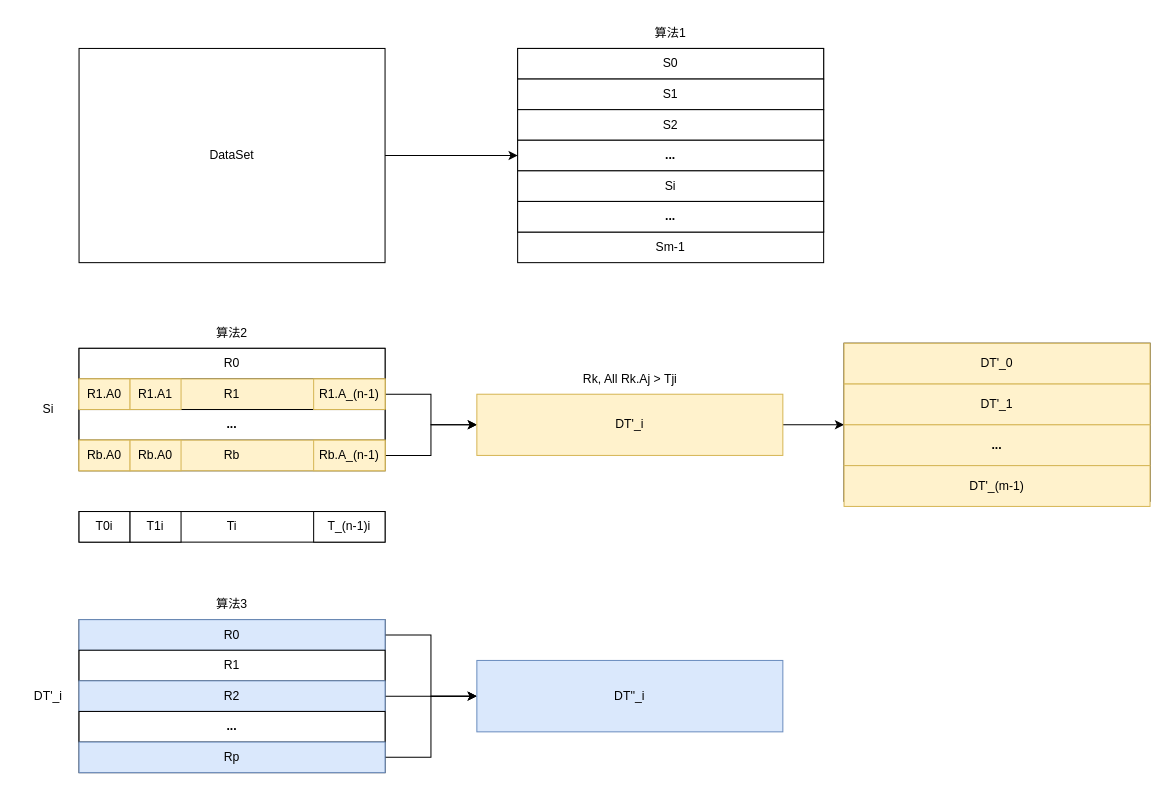
This is Untitled Diagram.drawio from doubleheiker/Justwrite, a draw.io file, before an edit. Source tidied: cells renumbered, new cells numbered last; positions are measured from the earlier drawing's top-left corner, leaving out a move shared by most shapes. Both pictures are drawn from the tidied source at 102%, with x=0, y=0 at pixel (17, 17).
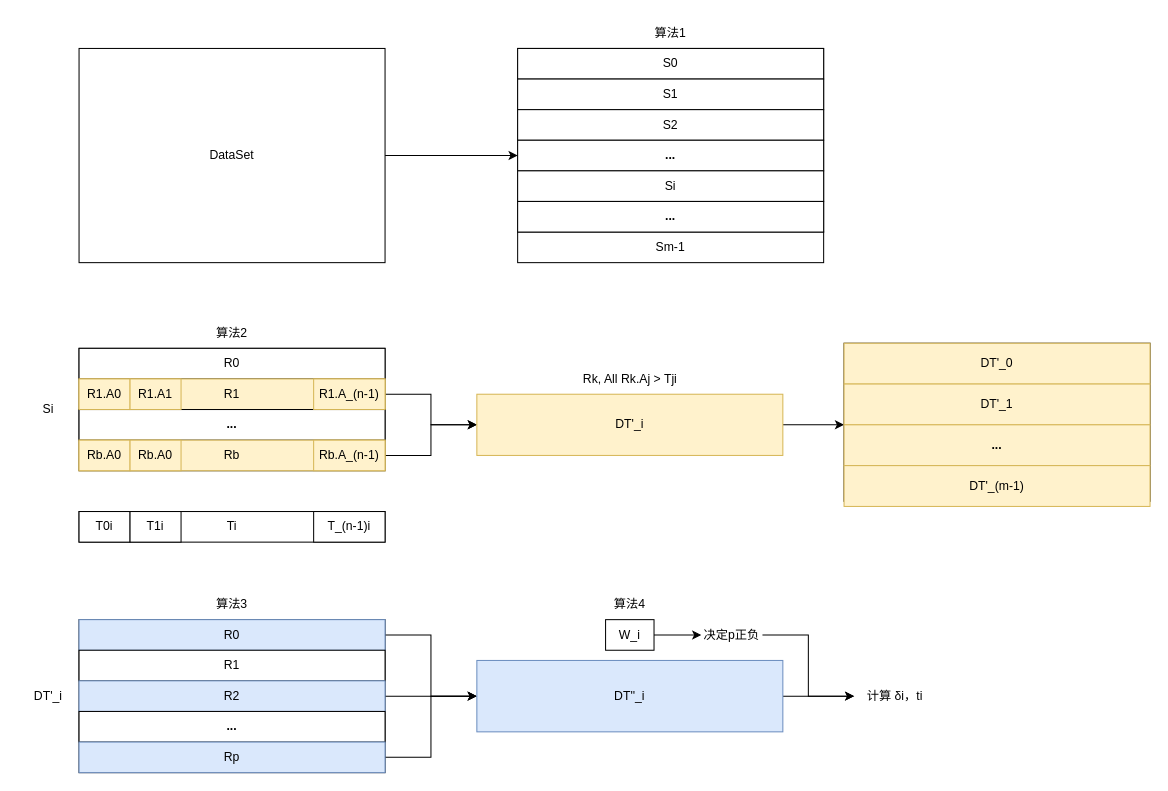
Above is the later version.

The change refers to these unchanged cells:
```xml
<mxCell id="51" value="DT''_i" style="rounded=0;whiteSpace=wrap;html=1;fillColor=#dae8fc;strokeColor=#6c8ebf;" parent="1" vertex="1">
  <mxGeometry x="450" y="630" width="300" height="70" as="geometry" />
</mxCell>
```

The edit, as a diff of the source:
```diff
@@
+    <mxCell id="53" style="edgeStyle=orthogonalEdgeStyle;rounded=0;jettySize=auto;html=1;exitX=1;exitY=0.5;exitDx=0;exitDy=0;entryX=0;entryY=0.5;entryDx=0;entryDy=0;" parent="1" edge="1" source="51" target="54">
+      <mxGeometry relative="1" as="geometry" />
+    </mxCell>
@@
+    <mxCell id="54" value="计算 δi，ti" style="text;html=1;strokeColor=none;fillColor=none;align=center;verticalAlign=middle;whiteSpace=wrap;rounded=0;" parent="1" vertex="1">
+      <mxGeometry x="820" y="650" width="80" height="30" as="geometry" />
+    </mxCell>
+    <mxCell id="55" style="edgeStyle=orthogonalEdgeStyle;rounded=0;jettySize=auto;html=1;exitX=1;exitY=0.5;exitDx=0;exitDy=0;entryX=0;entryY=0.5;entryDx=0;entryDy=0;" parent="1" edge="1" source="56" target="58">
+      <mxGeometry relative="1" as="geometry" />
+    </mxCell>
+    <mxCell id="56" value="W_i" style="rounded=0;whiteSpace=wrap;html=1;" parent="1" vertex="1">
+      <mxGeometry x="576.2" y="590" width="47.5" height="30" as="geometry" />
+    </mxCell>
+    <mxCell id="57" style="edgeStyle=orthogonalEdgeStyle;rounded=0;jettySize=auto;html=1;exitX=1;exitY=0.5;exitDx=0;exitDy=0;entryX=0;entryY=0.5;entryDx=0;entryDy=0;" parent="1" edge="1" source="58" target="54">
+      <mxGeometry relative="1" as="geometry" />
+    </mxCell>
+    <mxCell id="58" value="决定p正负" style="text;html=1;strokeColor=none;fillColor=none;align=center;verticalAlign=middle;whiteSpace=wrap;rounded=0;" parent="1" vertex="1">
+      <mxGeometry x="670" y="590" width="60" height="30" as="geometry" />
+    </mxCell>
+    <mxCell id="59" value="算法4" style="text;html=1;strokeColor=none;fillColor=none;align=center;verticalAlign=middle;whiteSpace=wrap;rounded=0;" parent="1" vertex="1">
+      <mxGeometry x="570" y="560" width="60" height="30" as="geometry" />
+    </mxCell>
```
